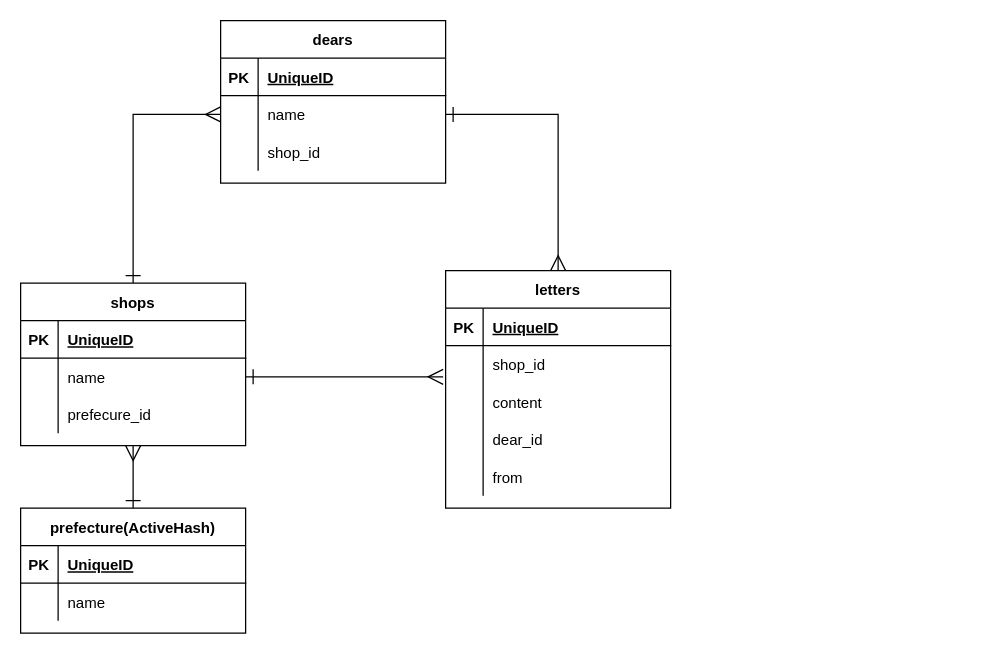
shota-bot/letters keeps this draw.io diagram as er.dio. Above is the earlier version. Source tidied: cells renumbered, new cells numbered last; positions are measured from the earlier drawing's top-left corner, leaving out a move shared by most shapes. Both pictures are drawn from the tidied source at 125%, with x=0, y=0 at pixel (20, 20).
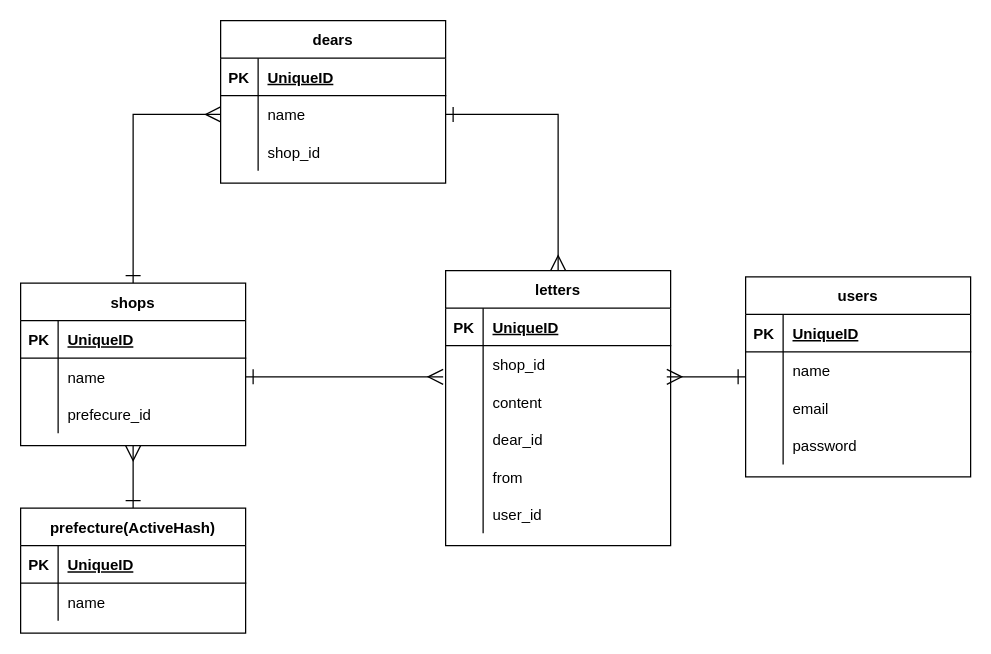
Above is the later version.

The change refers to these unchanged cells:
```xml
<mxCell id="28" style="shape=partialRectangle;fillColor=none;top=0;left=0;bottom=0;right=0;points=[[0,0.5],[1,0.5]];portConstraint=eastwest;" parent="21" vertex="1">
  <mxGeometry y="90" width="180" height="30" as="geometry" />
</mxCell>
```

Diff of the diagram source:
```diff
@@
     <mxCell id="21" value="letters" style="shape=table;startSize=30;childLayout=tableLayout;rowLines=0;fontStyle=1;align=center;" parent="1" vertex="1">
-      <mxGeometry x="340" y="200" width="180" height="190" as="geometry" />
+      <mxGeometry x="340" y="200" width="180" height="220" as="geometry" />
     </mxCell>
@@
+    <mxCell id="49" style="shape=partialRectangle;fillColor=none;top=0;left=0;bottom=0;right=0;" parent="21" vertex="1">
+      <mxGeometry y="180" width="180" height="30" as="geometry" />
+    </mxCell>
+    <mxCell id="50" style="shape=partialRectangle;fillColor=none;top=0;left=0;bottom=0;right=0;overflow=hidden;" parent="49" vertex="1">
+      <mxGeometry width="30" height="30" as="geometry" />
+    </mxCell>
+    <mxCell id="51" value="user_id" style="shape=partialRectangle;fillColor=none;top=0;left=0;bottom=0;right=0;align=left;spacingLeft=6;overflow=hidden;" parent="49" vertex="1">
+      <mxGeometry x="30" width="150" height="30" as="geometry" />
+    </mxCell>
@@
+    <mxCell id="52" style="edgeStyle=orthogonalEdgeStyle;rounded=0;jettySize=auto;html=1;entryX=0.983;entryY=-0.167;entryDx=0;entryDy=0;entryPerimeter=0;endSize=10;startSize=10;endArrow=ERmany;endFill=0;startArrow=ERone;startFill=0;" parent="1" edge="1" source="53" target="28">
+      <mxGeometry relative="1" as="geometry" />
+    </mxCell>
+    <mxCell id="53" value="users" style="shape=table;startSize=30;childLayout=tableLayout;rowLines=0;fontStyle=1;align=center;" parent="1" vertex="1">
+      <mxGeometry x="580" y="205" width="180" height="160" as="geometry" />
+    </mxCell>
+    <mxCell id="54" style="shape=partialRectangle;fillColor=none;top=0;left=0;bottom=1;right=0;" parent="53" vertex="1">
+      <mxGeometry y="30" width="180" height="30" as="geometry" />
+    </mxCell>
+    <mxCell id="55" value="PK" style="shape=partialRectangle;fillColor=none;top=0;left=0;bottom=0;right=0;fontStyle=1;overflow=hidden;" parent="54" vertex="1">
+      <mxGeometry width="30" height="30" as="geometry" />
+    </mxCell>
+    <mxCell id="56" value="UniqueID" style="shape=partialRectangle;fillColor=none;top=0;left=0;bottom=0;right=0;align=left;spacingLeft=6;fontStyle=5;overflow=hidden;" parent="54" vertex="1">
+      <mxGeometry x="30" width="150" height="30" as="geometry" />
+    </mxCell>
+    <mxCell id="57" style="shape=partialRectangle;fillColor=none;top=0;left=0;bottom=0;right=0;" parent="53" vertex="1">
+      <mxGeometry y="60" width="180" height="30" as="geometry" />
+    </mxCell>
+    <mxCell id="58" style="shape=partialRectangle;fillColor=none;top=0;left=0;bottom=0;right=0;overflow=hidden;" parent="57" vertex="1">
+      <mxGeometry width="30" height="30" as="geometry" />
+    </mxCell>
+    <mxCell id="59" value="name" style="shape=partialRectangle;fillColor=none;top=0;left=0;bottom=0;right=0;align=left;spacingLeft=6;overflow=hidden;" parent="57" vertex="1">
+      <mxGeometry x="30" width="150" height="30" as="geometry" />
+    </mxCell>
+    <mxCell id="60" style="shape=partialRectangle;fillColor=none;top=0;left=0;bottom=0;right=0;" parent="53" vertex="1">
+      <mxGeometry y="90" width="180" height="30" as="geometry" />
+    </mxCell>
+    <mxCell id="61" style="shape=partialRectangle;fillColor=none;top=0;left=0;bottom=0;right=0;overflow=hidden;" parent="60" vertex="1">
+      <mxGeometry width="30" height="30" as="geometry" />
+    </mxCell>
+    <mxCell id="62" value="email" style="shape=partialRectangle;fillColor=none;top=0;left=0;bottom=0;right=0;align=left;spacingLeft=6;overflow=hidden;" parent="60" vertex="1">
+      <mxGeometry x="30" width="150" height="30" as="geometry" />
+    </mxCell>
+    <mxCell id="63" style="shape=partialRectangle;fillColor=none;top=0;left=0;bottom=0;right=0;" parent="53" vertex="1">
+      <mxGeometry y="120" width="180" height="30" as="geometry" />
+    </mxCell>
+    <mxCell id="64" style="shape=partialRectangle;fillColor=none;top=0;left=0;bottom=0;right=0;overflow=hidden;" parent="63" vertex="1">
+      <mxGeometry width="30" height="30" as="geometry" />
+    </mxCell>
+    <mxCell id="65" value="password" style="shape=partialRectangle;fillColor=none;top=0;left=0;bottom=0;right=0;align=left;spacingLeft=6;overflow=hidden;" parent="63" vertex="1">
+      <mxGeometry x="30" width="150" height="30" as="geometry" />
+    </mxCell>
```
